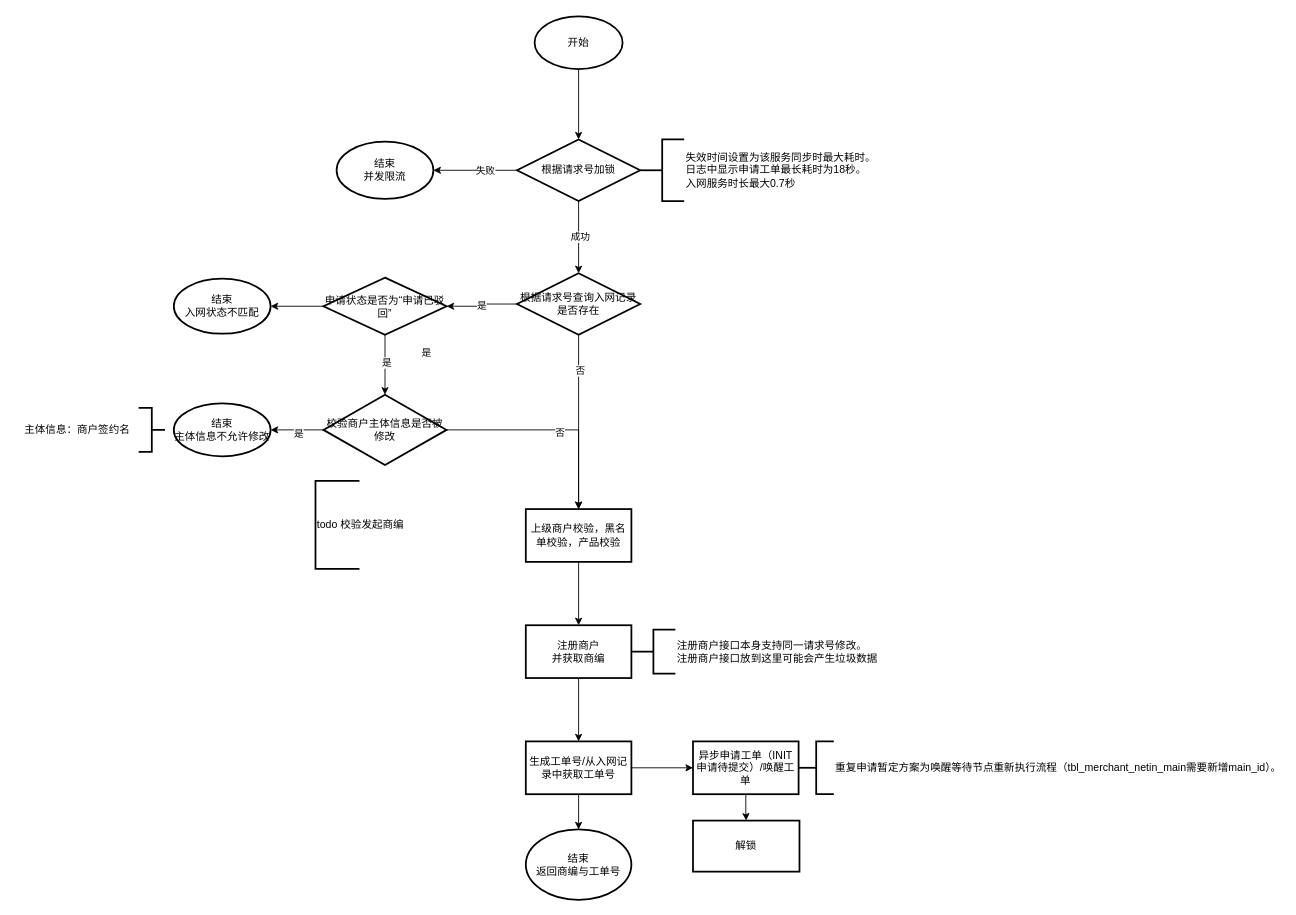
fengyong7723131/work keeps this draw.io diagram as page "亿企通迁移" (1 of 3) of Untitled Diagram.drawio. Above is the earlier version. Source tidied: cells renumbered, new cells numbered last; positions are measured from the earlier drawing's top-left corner, leaving out a move shared by most shapes. Both pictures are drawn from the tidied source at 88%, with x=0, y=0 at pixel (15, 16).
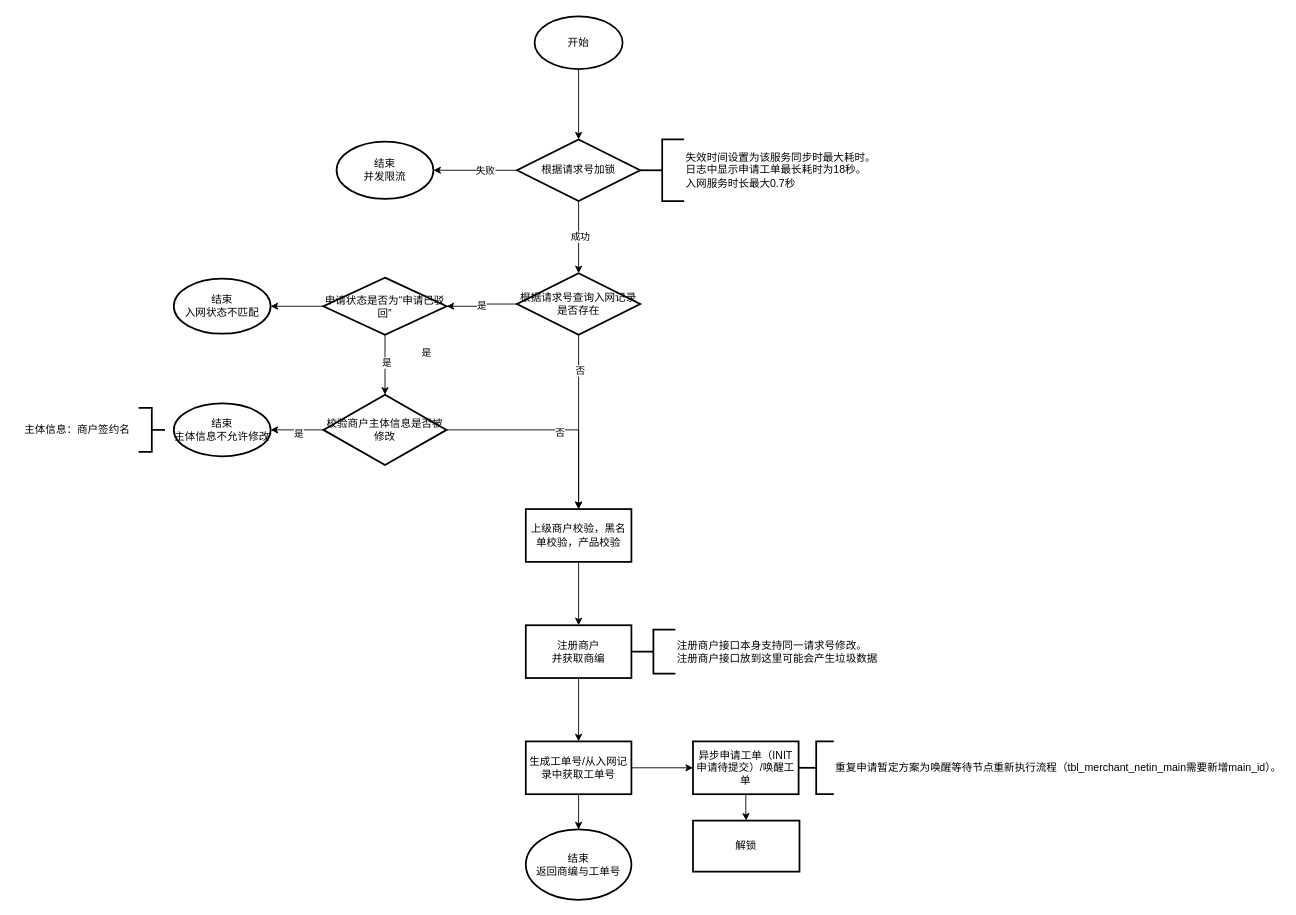
The same page after the edit.

What changed in the source:
```diff
@@
-    <mxCell id="43" value="todo 校验发起商编" style="strokeWidth=2;html=1;shape=mxgraph.flowchart.annotation_1;align=left;" parent="1" vertex="1">
-      <mxGeometry x="341" y="528" width="50" height="100" as="geometry" />
-    </mxCell>
```
